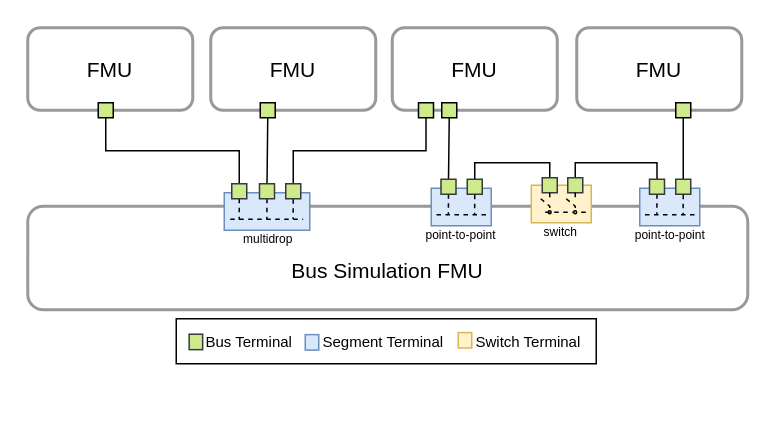
Above: docs/images/ethernet_topology_switch_inside_Bus_Simulation.drawio in modelica/fmi-ls-bus (draw.io), before the change. Source tidied: cells renumbered, new cells numbered last; positions are measured from the earlier drawing's top-left corner, leaving out a move shared by most shapes. Both pictures are drawn from the tidied source at 150%, with x=0, y=0 at pixel (27, 27).
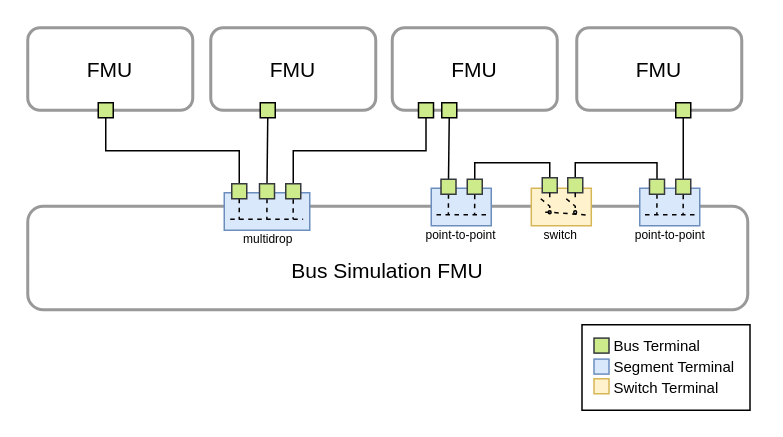
Above is the later version.

Commit message (it also covers changes not shown here):
Working on "Ethernet Topologies" chapter

What changed in the source:
```diff
@@
     <mxCell id="46" style="rounded=0;whiteSpace=wrap;html=1;fillColor=#fff2cc;strokeColor=#d6b656;rotation=-180;" parent="1" vertex="1">
-      <mxGeometry x="335.7" y="105" width="40" height="25" as="geometry" />
+      <mxGeometry x="335.7" y="107" width="40" height="25" as="geometry" />
     </mxCell>
@@
     <mxCell id="56" value="switch" style="text;html=1;align=center;verticalAlign=middle;strokeColor=none;fillColor=none;fontSize=8;" parent="1" vertex="1">
-      <mxGeometry x="329.8" y="126" width="50" height="20" as="geometry" />
+      <mxGeometry x="329.8" y="128" width="50" height="20" as="geometry" />
     </mxCell>
-    <mxCell id="57" style="rounded=0;whiteSpace=wrap;html=1;" parent="1" vertex="1">
-      <mxGeometry x="99" y="194" width="280" height="30" as="geometry" />
-    </mxCell>
+    <mxCell id="64" style="group;" parent="1" vertex="1">
+      <mxGeometry x="369.5" y="197" width="117" height="58" as="geometry" />
+    </mxCell>
+    <mxCell id="65" style="rounded=0;whiteSpace=wrap;html=1;" parent="64" vertex="1">
+      <mxGeometry y="1" width="112" height="57" as="geometry" />
+    </mxCell>
-    <mxCell id="58" value="Bus Terminal" style="text;html=1;align=left;verticalAlign=middle;strokeColor=none;fillColor=none;fontSize=10;" parent="1" vertex="1">
-      <mxGeometry x="117.4" y="194" width="80" height="30" as="geometry" />
+    <mxCell id="58" value="Bus Terminal" style="text;html=1;align=left;verticalAlign=middle;strokeColor=none;fillColor=none;fontSize=10;" parent="64" vertex="1">
+      <mxGeometry x="19" width="80" height="30" as="geometry" />
     </mxCell>
-    <mxCell id="59" style="rounded=0;whiteSpace=wrap;html=1;fillColor=#cdeb8b;strokeColor=#36393d;" parent="1" vertex="1">
-      <mxGeometry x="107.6" y="204.3" width="9" height="10.3" as="geometry" />
-    </mxCell>
-    <mxCell id="60" style="rounded=0;whiteSpace=wrap;html=1;fillColor=#dae8fc;strokeColor=#6c8ebf;" parent="1" vertex="1">
-      <mxGeometry x="185" y="204.6" width="9" height="10.3" as="geometry" />
-    </mxCell>
-    <mxCell id="61" style="rounded=0;whiteSpace=wrap;html=1;fillColor=#fff2cc;strokeColor=#d6b656;" parent="1" vertex="1">
-      <mxGeometry x="287" y="203.2" width="9" height="10.3" as="geometry" />
-    </mxCell>
+    <mxCell id="66" style="rounded=0;whiteSpace=wrap;html=1;fillColor=#cdeb8b;strokeColor=#36393d;" parent="64" vertex="1">
+      <mxGeometry x="8" y="9.9" width="10" height="10" as="geometry" />
+    </mxCell>
+    <mxCell id="67" style="rounded=0;whiteSpace=wrap;html=1;fillColor=#dae8fc;strokeColor=#6c8ebf;" parent="64" vertex="1">
+      <mxGeometry x="8" y="23.9" width="10" height="10" as="geometry" />
+    </mxCell>
+    <mxCell id="68" style="rounded=0;whiteSpace=wrap;html=1;fillColor=#fff2cc;strokeColor=#d6b656;" parent="64" vertex="1">
+      <mxGeometry x="8" y="37" width="10" height="10" as="geometry" />
+    </mxCell>
-    <mxCell id="62" value="Switch Terminal" style="text;html=1;align=left;verticalAlign=middle;strokeColor=none;fillColor=none;fontSize=10;" parent="1" vertex="1">
-      <mxGeometry x="296.8" y="197" width="88" height="24" as="geometry" />
+    <mxCell id="62" value="Switch Terminal" style="text;html=1;align=left;verticalAlign=middle;strokeColor=none;fillColor=none;fontSize=10;" parent="64" vertex="1">
+      <mxGeometry x="19" y="31" width="88" height="24" as="geometry" />
     </mxCell>
-    <mxCell id="63" value="Segment Terminal" style="text;html=1;align=left;verticalAlign=middle;strokeColor=none;fillColor=none;fontSize=10;" parent="1" vertex="1">
-      <mxGeometry x="194.8" y="197.4" width="98" height="24" as="geometry" />
+    <mxCell id="63" value="Segment Terminal" style="text;html=1;align=left;verticalAlign=middle;strokeColor=none;fillColor=none;fontSize=10;" parent="64" vertex="1">
+      <mxGeometry x="19" y="16.9" width="98" height="24" as="geometry" />
     </mxCell>
```
